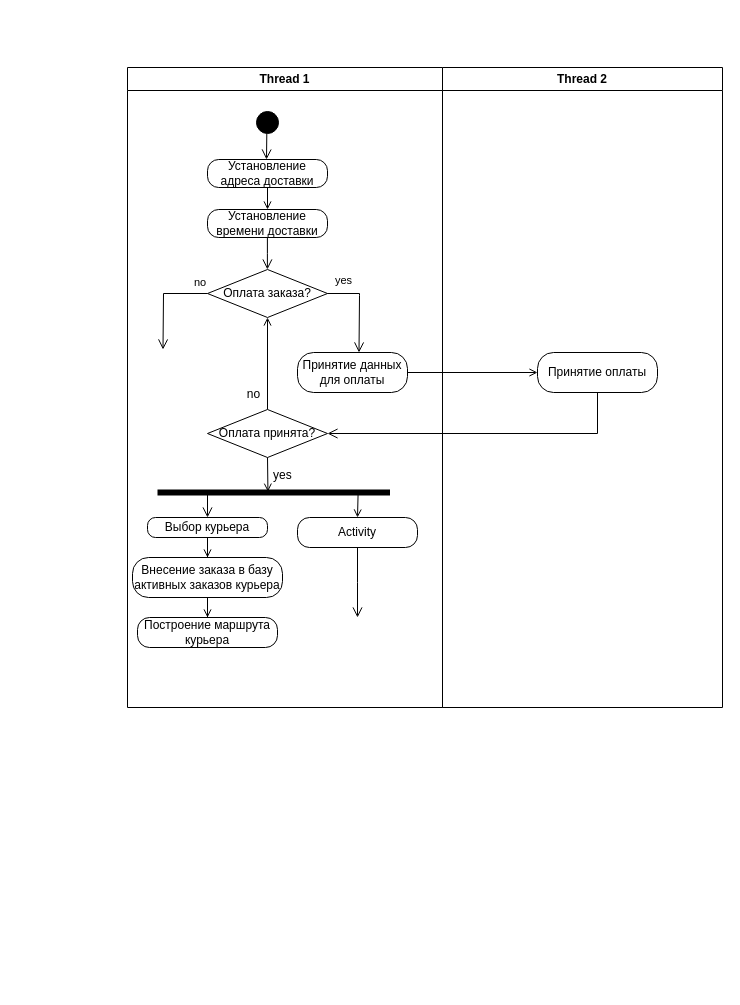
Before: activity diagram.drawio in vasslin/Programming-Technologies-3, a draw.io diagram. Source tidied: cells renumbered, new cells numbered last; positions are measured from the earlier drawing's top-left corner, leaving out a move shared by most shapes. Both pictures are drawn from the tidied source at 100%, with x=0, y=0 at pixel (127, 67).
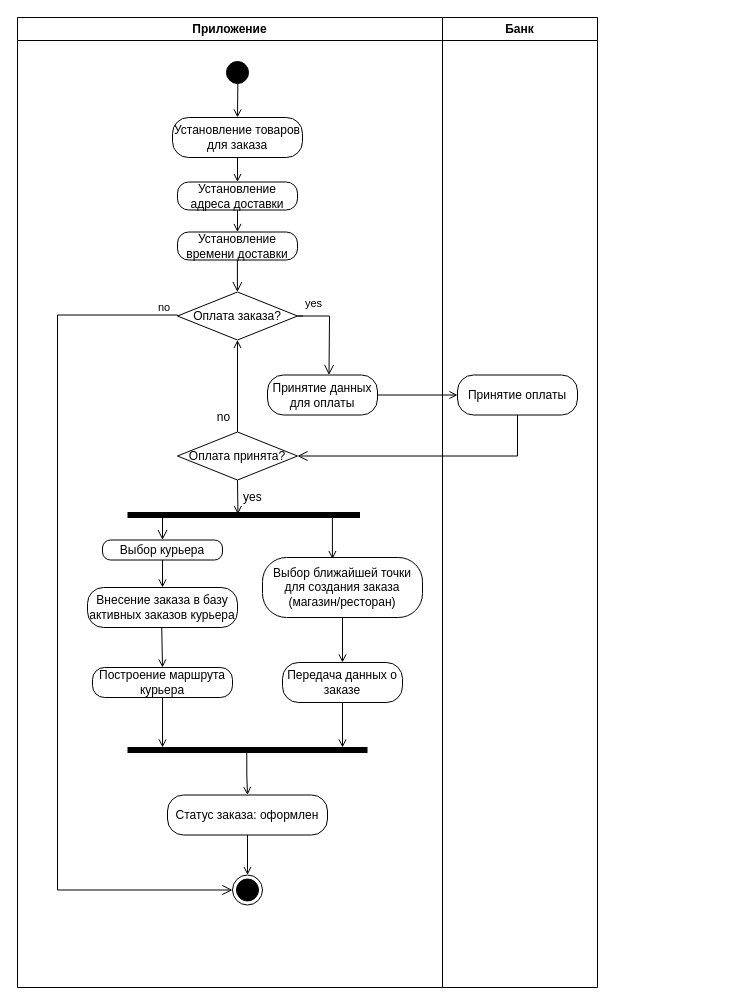
The same diagram, later.

Change to the diagram source:
```diff
@@
+    <mxCell id="28" value="Банк" style="swimlane;whiteSpace=wrap;" parent="1" vertex="1">
+      <mxGeometry x="315" y="-50" width="155" height="970" as="geometry" />
+    </mxCell>
+    <mxCell id="29" value="Принятие оплаты" style="rounded=1;whiteSpace=wrap;html=1;arcSize=40;" parent="28" vertex="1">
+      <mxGeometry x="15" y="357.5" width="120" height="40" as="geometry" />
+    </mxCell>
-    <mxCell id="2" value="Thread 1" style="swimlane;whiteSpace=wrap;" parent="1" vertex="1">
-      <mxGeometry width="315" height="640" as="geometry" />
+    <mxCell id="2" value="Приложение" style="swimlane;whiteSpace=wrap;" parent="1" vertex="1">
+      <mxGeometry x="-110" y="-50" width="425" height="970" as="geometry" />
     </mxCell>
+    <mxCell id="32" style="edgeStyle=orthogonalEdgeStyle;rounded=0;jettySize=auto;html=1;exitX=0.511;exitY=0.864;exitDx=0;exitDy=0;entryX=0.5;entryY=0;entryDx=0;entryDy=0;exitPerimeter=0;endArrow=open;endFill=0;" parent="2" edge="1" source="3" target="42">
+      <mxGeometry relative="1" as="geometry" />
+    </mxCell>
     <mxCell id="3" style="ellipse;shape=startState;fillColor=#000000;strokeColor=#000000;" parent="2" vertex="1">
-      <mxGeometry x="125" y="40" width="30" height="30" as="geometry" />
+      <mxGeometry x="205" y="40" width="30" height="30" as="geometry" />
     </mxCell>
-    <mxCell id="4" style="edgeStyle=elbowEdgeStyle;elbow=horizontal;verticalAlign=bottom;endArrow=open;endSize=8;strokeColor=#000000;endFill=1;rounded=0;exitX=0.477;exitY=0.87;exitDx=0;exitDy=0;exitPerimeter=0;" parent="2" edge="1" source="3">
-      <mxGeometry x="100" y="40" as="geometry">
-        <mxPoint x="139.5" y="92" as="targetPoint" />
-      </mxGeometry>
-    </mxCell>
     <mxCell id="5" style="edgeStyle=orthogonalEdgeStyle;rounded=0;jettySize=auto;html=1;endArrow=open;endFill=0;" parent="2" edge="1" source="6">
       <mxGeometry relative="1" as="geometry">
-        <mxPoint x="140" y="142" as="targetPoint" />
+        <mxPoint x="220" y="214.5" as="targetPoint" />
       </mxGeometry>
     </mxCell>
     <mxCell id="6" value="Установление адреса доставки" style="rounded=1;whiteSpace=wrap;html=1;arcSize=40;" parent="2" vertex="1">
-      <mxGeometry x="80" y="92" width="120" height="28" as="geometry" />
+      <mxGeometry x="160" y="164.5" width="120" height="28" as="geometry" />
     </mxCell>
     <mxCell id="7" value="Установление времени доставки" style="rounded=1;whiteSpace=wrap;html=1;arcSize=40;" parent="2" vertex="1">
-      <mxGeometry x="80" y="142" width="120" height="28" as="geometry" />
+      <mxGeometry x="160" y="214.5" width="120" height="28" as="geometry" />
     </mxCell>
     <mxCell id="8" style="edgeStyle=orthogonalEdgeStyle;html=1;verticalAlign=bottom;endArrow=open;endSize=8;rounded=0;" parent="2" edge="1">
       <mxGeometry relative="1" as="geometry">
-        <mxPoint x="139.9" y="170" as="sourcePoint" />
-        <mxPoint x="139.9" y="202" as="targetPoint" />
+        <mxPoint x="219.9" y="242.5" as="sourcePoint" />
+        <mxPoint x="219.9" y="274.5" as="targetPoint" />
         <Array as="points">
-          <mxPoint x="140.4" y="186" />
-          <mxPoint x="139.4" y="186" />
+          <mxPoint x="220.4" y="258.5" />
+          <mxPoint x="219.4" y="258.5" />
         </Array>
       </mxGeometry>
     </mxCell>
     <mxCell id="9" value="Оплата заказа?" style="rhombus;whiteSpace=wrap;html=1;" parent="2" vertex="1">
-      <mxGeometry x="80" y="202" width="120" height="48" as="geometry" />
+      <mxGeometry x="160" y="274.5" width="120" height="48" as="geometry" />
     </mxCell>
-    <mxCell id="10" value="no" style="edgeStyle=orthogonalEdgeStyle;html=1;align=left;verticalAlign=top;endArrow=open;endSize=8;strokeColor=#000000;rounded=0;exitX=0;exitY=0.5;exitDx=0;exitDy=0;" parent="2" edge="1" source="9">
-      <mxGeometry x="-0.71" y="-24" relative="1" as="geometry">
-        <mxPoint x="35.5" y="282" as="targetPoint" />
+    <mxCell id="10" value="no" style="edgeStyle=orthogonalEdgeStyle;html=1;align=left;verticalAlign=top;endArrow=open;endSize=8;strokeColor=#000000;rounded=0;exitX=0;exitY=0.5;exitDx=0;exitDy=0;entryX=0;entryY=0.5;entryDx=0;entryDy=0;" parent="2" edge="1" source="9" target="40">
+      <mxGeometry x="-0.95" y="-21" relative="1" as="geometry">
+        <Array as="points">
+          <mxPoint x="40" y="297.5" />
+          <mxPoint x="40" y="872.5" />
+        </Array>
       </mxGeometry>
     </mxCell>
     <mxCell id="11" value="Принятие данных для оплаты" style="rounded=1;whiteSpace=wrap;html=1;arcSize=40;" parent="2" vertex="1">
-      <mxGeometry x="170" y="285" width="110" height="40" as="geometry" />
+      <mxGeometry x="250" y="357.5" width="110" height="40" as="geometry" />
     </mxCell>
     <mxCell id="12" value="yes" style="edgeStyle=orthogonalEdgeStyle;html=1;align=left;verticalAlign=bottom;endArrow=open;endSize=8;strokeColor=#000000;rounded=0;" parent="2" edge="1">
       <mxGeometry x="-0.77" y="4" relative="1" as="geometry">
-        <mxPoint x="205.5" y="226" as="sourcePoint" />
-        <mxPoint x="231.5" y="285" as="targetPoint" />
+        <mxPoint x="285.5" y="298.5" as="sourcePoint" />
+        <mxPoint x="311.5" y="357.5" as="targetPoint" />
         <Array as="points">
-          <mxPoint x="200" y="226" />
-          <mxPoint x="232" y="226" />
-          <mxPoint x="232" y="228" />
-          <mxPoint x="232" y="228" />
+          <mxPoint x="280" y="298.5" />
+          <mxPoint x="312" y="298.5" />
+          <mxPoint x="312" y="300.5" />
+          <mxPoint x="312" y="300.5" />
         </Array>
       </mxGeometry>
     </mxCell>
@@
     <mxCell id="14" value="Оплата принята?" style="rhombus;whiteSpace=wrap;html=1;" parent="2" vertex="1">
-      <mxGeometry x="80" y="342" width="120" height="48" as="geometry" />
+      <mxGeometry x="160" y="414.5" width="120" height="48" as="geometry" />
     </mxCell>
     <mxCell id="15" value="no" style="text;html=1;align=center;verticalAlign=middle;strokeColor=none;fillColor=none;" parent="2" vertex="1">
-      <mxGeometry x="105.5" y="312" width="40" height="30" as="geometry" />
+      <mxGeometry x="185.5" y="384.5" width="40" height="30" as="geometry" />
     </mxCell>
-    <mxCell id="16" style="edgeStyle=orthogonalEdgeStyle;rounded=0;jettySize=auto;html=1;exitX=0.863;exitY=0.411;exitDx=0;exitDy=0;exitPerimeter=0;entryX=0.5;entryY=0;entryDx=0;entryDy=0;endArrow=open;endFill=0;" parent="2" edge="1" source="17" target="24">
-      <mxGeometry relative="1" as="geometry" />
+    <mxCell id="16" style="edgeStyle=orthogonalEdgeStyle;rounded=0;jettySize=auto;html=1;exitX=0.863;exitY=0.411;exitDx=0;exitDy=0;exitPerimeter=0;entryX=0.437;entryY=0.027;entryDx=0;entryDy=0;endArrow=open;endFill=0;entryPerimeter=0;" parent="2" edge="1" source="17" target="24">
+      <mxGeometry relative="1" as="geometry">
+        <Array as="points">
+          <mxPoint x="315" y="497" />
+        </Array>
+      </mxGeometry>
     </mxCell>
     <mxCell id="17" style="shape=line;html=1;strokeWidth=6;" parent="2" vertex="1">
-      <mxGeometry x="30" y="420" width="232.5" height="10" as="geometry" />
+      <mxGeometry x="110" y="492.5" width="232.5" height="10" as="geometry" />
     </mxCell>
     <mxCell id="18" value="Выбор курьера" style="rounded=1;whiteSpace=wrap;html=1;arcSize=40;" parent="2" vertex="1">
-      <mxGeometry x="20" y="450" width="120" height="20" as="geometry" />
+      <mxGeometry x="85" y="522.5" width="120" height="20" as="geometry" />
     </mxCell>
     <mxCell id="19" style="edgeStyle=orthogonalEdgeStyle;html=1;verticalAlign=bottom;endArrow=open;endSize=8;rounded=0;exitX=0.2;exitY=0.654;exitDx=0;exitDy=0;exitPerimeter=0;" parent="2" edge="1" source="17" target="18">
       <mxGeometry relative="1" as="geometry">
         <Array as="points">
-          <mxPoint x="80" y="427" />
+          <mxPoint x="145" y="499" />
         </Array>
       </mxGeometry>
     </mxCell>
     <mxCell id="20" value="Внесение заказа в базу активных заказов курьера" style="rounded=1;whiteSpace=wrap;html=1;arcSize=40;" parent="2" vertex="1">
-      <mxGeometry x="5" y="490" width="150" height="40" as="geometry" />
+      <mxGeometry x="70" y="570" width="150" height="40" as="geometry" />
     </mxCell>
@@
     <mxCell id="22" value="Построение маршрута курьера" style="rounded=1;whiteSpace=wrap;html=1;arcSize=40;" parent="2" vertex="1">
-      <mxGeometry x="10" y="550" width="140" height="30" as="geometry" />
+      <mxGeometry x="75" y="650" width="140" height="30" as="geometry" />
     </mxCell>
-    <mxCell id="23" style="edgeStyle=orthogonalEdgeStyle;rounded=0;jettySize=auto;html=1;endArrow=open;endFill=0;" parent="2" edge="1" source="20" target="22">
+    <mxCell id="23" style="edgeStyle=orthogonalEdgeStyle;rounded=0;jettySize=auto;html=1;endArrow=open;endFill=0;entryX=0.5;entryY=0;entryDx=0;entryDy=0;exitX=0.495;exitY=1.008;exitDx=0;exitDy=0;exitPerimeter=0;" parent="2" edge="1" source="20" target="22">
       <mxGeometry relative="1" as="geometry" />
     </mxCell>
-    <mxCell id="24" value="Activity" style="rounded=1;whiteSpace=wrap;html=1;arcSize=40;" parent="2" vertex="1">
-      <mxGeometry x="170" y="450" width="120" height="30" as="geometry" />
+    <mxCell id="24" value="Выбор ближайшей точки для создания заказа (магазин/ресторан)" style="rounded=1;whiteSpace=wrap;html=1;arcSize=40;" parent="2" vertex="1">
+      <mxGeometry x="245" y="540" width="160" height="60" as="geometry" />
     </mxCell>
-    <mxCell id="25" style="edgeStyle=orthogonalEdgeStyle;html=1;verticalAlign=bottom;endArrow=open;endSize=8;rounded=0;" parent="2" edge="1" source="24">
-      <mxGeometry relative="1" as="geometry">
-        <mxPoint x="230" y="550" as="targetPoint" />
-      </mxGeometry>
-    </mxCell>
@@
     <mxCell id="27" value="yes" style="text;strokeColor=none;fillColor=none;align=left;verticalAlign=middle;spacingTop=-1;spacingLeft=4;spacingRight=4;labelPosition=right;" parent="2" vertex="1">
-      <mxGeometry x="120" y="400" width="20" height="14" as="geometry" />
+      <mxGeometry x="200" y="472.5" width="20" height="14" as="geometry" />
     </mxCell>
-    <mxCell id="28" value="Thread 2" style="swimlane;whiteSpace=wrap;" parent="1" vertex="1">
-      <mxGeometry x="315" width="280" height="640" as="geometry" />
-    </mxCell>
-    <mxCell id="29" value="Принятие оплаты" style="rounded=1;whiteSpace=wrap;html=1;arcSize=40;" parent="28" vertex="1">
-      <mxGeometry x="95" y="285" width="120" height="40" as="geometry" />
-    </mxCell>
+    <mxCell id="33" style="shape=line;html=1;strokeWidth=6;" parent="2" vertex="1">
+      <mxGeometry x="110" y="727.5" width="240" height="10" as="geometry" />
+    </mxCell>
+    <mxCell id="34" value="Передача данных о заказе" style="rounded=1;whiteSpace=wrap;html=1;arcSize=40;" parent="2" vertex="1">
+      <mxGeometry x="265" y="645" width="120" height="40" as="geometry" />
+    </mxCell>
+    <mxCell id="35" style="edgeStyle=orthogonalEdgeStyle;rounded=0;jettySize=auto;html=1;endArrow=open;endFill=0;exitX=0.48;exitY=1;exitDx=0;exitDy=0;exitPerimeter=0;" parent="2" edge="1" source="24" target="34">
+      <mxGeometry relative="1" as="geometry">
+        <Array as="points">
+          <mxPoint x="325" y="600" />
+        </Array>
+      </mxGeometry>
+    </mxCell>
+    <mxCell id="36" style="edgeStyle=orthogonalEdgeStyle;rounded=0;jettySize=auto;html=1;endArrow=open;endFill=0;" parent="2" edge="1" source="34">
+      <mxGeometry relative="1" as="geometry">
+        <mxPoint x="325" y="730" as="targetPoint" />
+      </mxGeometry>
+    </mxCell>
+    <mxCell id="37" style="edgeStyle=orthogonalEdgeStyle;rounded=0;jettySize=auto;html=1;entryX=0.5;entryY=0;entryDx=0;entryDy=0;endArrow=open;endFill=0;" parent="2" edge="1" source="38" target="40">
+      <mxGeometry relative="1" as="geometry" />
+    </mxCell>
+    <mxCell id="38" value="Статус заказа: оформлен" style="rounded=1;whiteSpace=wrap;html=1;arcSize=40;" parent="2" vertex="1">
+      <mxGeometry x="150" y="777.5" width="160" height="40" as="geometry" />
+    </mxCell>
+    <mxCell id="39" style="edgeStyle=orthogonalEdgeStyle;rounded=0;jettySize=auto;html=1;exitX=0.497;exitY=0.437;exitDx=0;exitDy=0;exitPerimeter=0;endArrow=open;endFill=0;" parent="2" edge="1" source="33" target="38">
+      <mxGeometry relative="1" as="geometry" />
+    </mxCell>
+    <mxCell id="40" style="ellipse;html=1;shape=endState;fillColor=#000000;" parent="2" vertex="1">
+      <mxGeometry x="215" y="857.5" width="30" height="30" as="geometry" />
+    </mxCell>
+    <mxCell id="41" style="edgeStyle=orthogonalEdgeStyle;rounded=0;jettySize=auto;html=1;entryX=0.5;entryY=0;entryDx=0;entryDy=0;endArrow=open;endFill=0;" parent="2" edge="1" source="42" target="6">
+      <mxGeometry relative="1" as="geometry" />
+    </mxCell>
+    <mxCell id="42" value="Установление товаров для заказа" style="rounded=1;whiteSpace=wrap;html=1;arcSize=40;" parent="2" vertex="1">
+      <mxGeometry x="155" y="100" width="130" height="40" as="geometry" />
+    </mxCell>
+    <mxCell id="43" style="edgeStyle=orthogonalEdgeStyle;rounded=0;jettySize=auto;html=1;entryX=0.146;entryY=0.25;entryDx=0;entryDy=0;entryPerimeter=0;endArrow=open;endFill=0;" parent="2" edge="1" source="22" target="33">
+      <mxGeometry relative="1" as="geometry" />
+    </mxCell>
@@
-    <mxCell id="31" style="edgeStyle=orthogonalEdgeStyle;html=1;verticalAlign=bottom;endArrow=open;endSize=8;rounded=0;entryX=1;entryY=0.5;entryDx=0;entryDy=0;" parent="1" edge="1" source="29" target="14">
+    <mxCell id="31" style="edgeStyle=orthogonalEdgeStyle;html=1;verticalAlign=bottom;endArrow=open;endSize=8;rounded=0;entryX=1;entryY=0.5;entryDx=0;entryDy=0;exitX=0.5;exitY=1;exitDx=0;exitDy=0;" parent="1" edge="1" source="29" target="14">
       <mxGeometry relative="1" as="geometry">
         <Array as="points">
-          <mxPoint x="470" y="314" />
+          <mxPoint x="390" y="389" />
         </Array>
       </mxGeometry>
     </mxCell>
```
